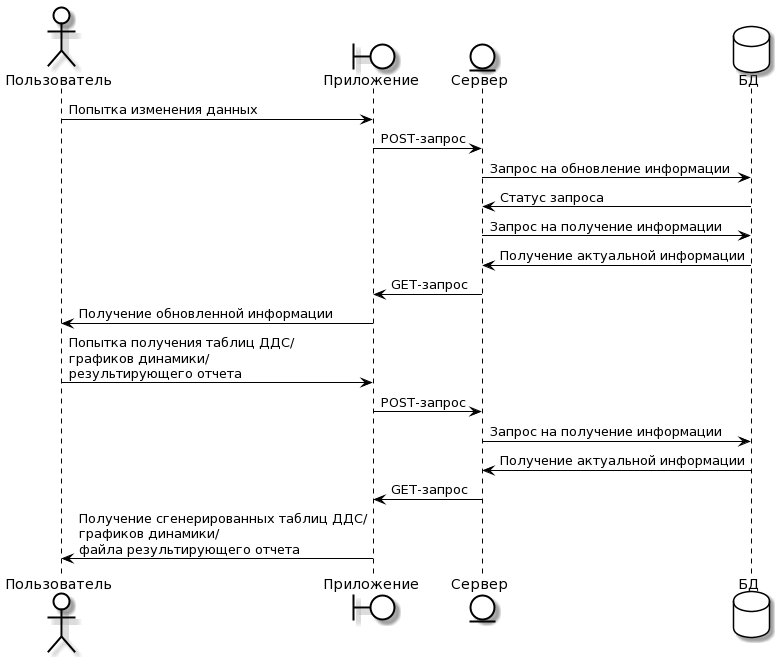
Earlier version of the PlantUML export kurs/UMLSequence.png (petiteprincesse/MaksimovaOlga.github.io).
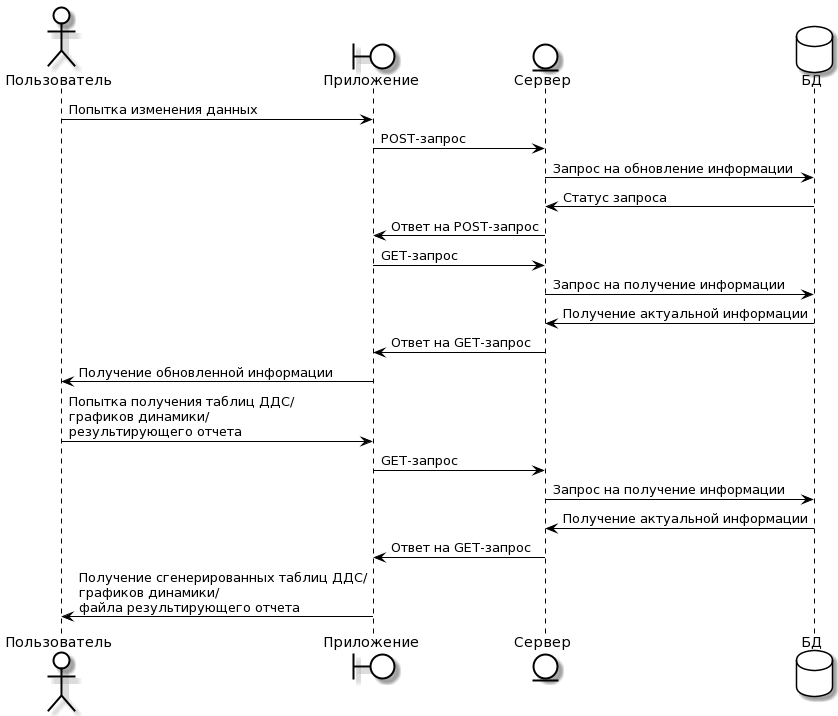
After the change.

Change to the diagram source:
```diff
@@ -45,15 +45,17 @@
 app -> server : POST-запрос
 server -> database : Запрос на обновление информации
 server <- database : Статус запроса
+app <- server : Ответ на POST-запрос
+app -> server : GET-запрос
 server -> database : Запрос на получение информации
 server <- database : Получение актуальной информации
-app <- server : GET-запрос
+app <- server : Ответ на GET-запрос
 user <- app : Получение обновленной информации
 
 user -> app : Попытка получения таблиц ДДС/\nграфиков динамики/\nрезультирующего отчета
-app -> server : POST-запрос
+app -> server : GET-запрос
 server -> database : Запрос на получение информации
 server <- database : Получение актуальной информации
-app <- server : GET-запрос
+app <- server : Ответ на GET-запрос
 user <- app : Получение сгенерированных таблиц ДДС/\nграфиков динамики/\nфайла результирующего отчета
 @enduml
```
